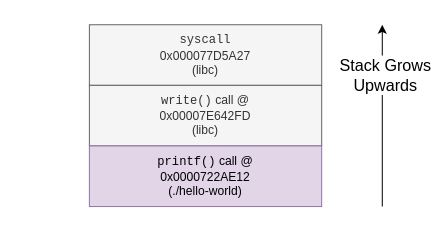
This is diagrams/hello-world-stack.drawio from tcassar-diss/report, a draw.io file, before an edit. Source tidied: cells renumbered, new cells numbered last; positions are measured from the earlier drawing's top-left corner, leaving out a move shared by most shapes. Both pictures are drawn from the tidied source at 101%, with x=0, y=0 at pixel (18, 24).
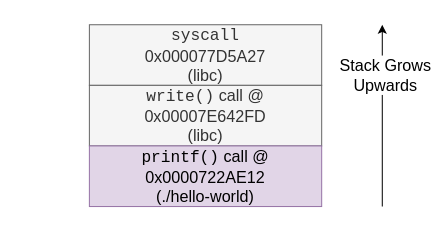
The same diagram, later.

The edit, as a diff of the source:
```diff
@@
 <mxGraphModel>
   <root>
     <mxCell id="0" />
     <mxCell id="1" parent="0" />
-    <mxCell id="2" value="&lt;div&gt;&lt;font face=&quot;Courier New&quot;&gt;syscall&lt;/font&gt;&lt;/div&gt;0x000077D5A27&lt;div&gt;(libc)&lt;/div&gt;" style="rounded=0;whiteSpace=wrap;html=1;fillColor=#f5f5f5;fontColor=#333333;strokeColor=#666666;" parent="1" vertex="1">
+    <mxCell id="2" value="&lt;div&gt;&lt;font face=&quot;Courier New&quot;&gt;syscall&lt;/font&gt;&lt;/div&gt;0x000077D5A27&lt;div&gt;(libc)&lt;/div&gt;" style="rounded=0;whiteSpace=wrap;html=1;fillColor=#f5f5f5;fontColor=#333333;strokeColor=#666666;fontSize=16;" parent="1" vertex="1">
       <mxGeometry x="70" width="230" height="60" as="geometry" />
     </mxCell>
-    <mxCell id="3" value="&lt;div&gt;&lt;font face=&quot;Courier New&quot;&gt;write()&lt;/font&gt; call @&lt;/div&gt;0x00007E642FD&lt;div&gt;(libc)&lt;/div&gt;" style="rounded=0;whiteSpace=wrap;html=1;fillColor=#f5f5f5;fontColor=#333333;strokeColor=#666666;" parent="1" vertex="1">
+    <mxCell id="3" value="&lt;div&gt;&lt;font face=&quot;Courier New&quot;&gt;write()&lt;/font&gt; call @&lt;/div&gt;0x00007E642FD&lt;div&gt;(libc)&lt;/div&gt;" style="rounded=0;whiteSpace=wrap;html=1;fillColor=#f5f5f5;fontColor=#333333;strokeColor=#666666;fontSize=16;" parent="1" vertex="1">
       <mxGeometry x="70" y="60" width="230" height="60" as="geometry" />
     </mxCell>
-    <mxCell id="4" value="&lt;div&gt;&lt;font face=&quot;Courier New&quot;&gt;printf()&lt;/font&gt; call @&lt;/div&gt;0x0000722AE12&lt;div&gt;(./hello-world)&lt;/div&gt;" style="rounded=0;whiteSpace=wrap;html=1;fillColor=#e1d5e7;strokeColor=#9673a6;" parent="1" vertex="1">
+    <mxCell id="4" value="&lt;div&gt;&lt;font face=&quot;Courier New&quot;&gt;printf()&lt;/font&gt; call @&lt;/div&gt;0x0000722AE12&lt;div&gt;(./hello-world)&lt;/div&gt;" style="rounded=0;whiteSpace=wrap;html=1;fillColor=#e1d5e7;strokeColor=#9673a6;fontSize=16;" parent="1" vertex="1">
       <mxGeometry x="70" y="120" width="230" height="60" as="geometry" />
     </mxCell>
     <mxCell id="5" style="edgeStyle=none;orthogonalLoop=1;jettySize=auto;html=1;rounded=0;" parent="1" edge="1">
       <mxGeometry relative="1" as="geometry">
         <mxPoint x="360" y="180" as="sourcePoint" />
         <mxPoint x="360" as="targetPoint" />
       </mxGeometry>
     </mxCell>
     <mxCell id="6" value="&lt;font style=&quot;font-size: 16px;&quot;&gt;Stack Grows&lt;/font&gt;&lt;div&gt;&lt;font style=&quot;font-size: 16px;&quot;&gt;Upwards&lt;/font&gt;&lt;/div&gt;" style="edgeLabel;html=1;align=center;verticalAlign=middle;" parent="5" vertex="1">
       <mxGeometry x="0.46" y="-2" relative="1" as="geometry" />
     </mxCell>
     <mxCell id="7" style="edgeStyle=none;orthogonalLoop=1;jettySize=auto;html=1;rounded=0;fontColor=none;noLabel=1;endSize=0;strokeWidth=0;startSize=0;strokeColor=none;" parent="1" edge="1">
       <mxGeometry relative="1" as="geometry">
         <mxPoint y="180" as="sourcePoint" />
         <mxPoint as="targetPoint" />
       </mxGeometry>
     </mxCell>
     <mxCell id="8" value="&lt;font style=&quot;font-size: 16px;&quot;&gt;Stack Grows&lt;/font&gt;&lt;div&gt;&lt;font style=&quot;font-size: 16px;&quot;&gt;Upwards&lt;/font&gt;&lt;/div&gt;" style="edgeLabel;html=1;align=center;verticalAlign=middle;fontColor=none;noLabel=1;" parent="7" vertex="1">
       <mxGeometry x="0.46" y="-2" relative="1" as="geometry" />
     </mxCell>
   </root>
 </mxGraphModel>
```
